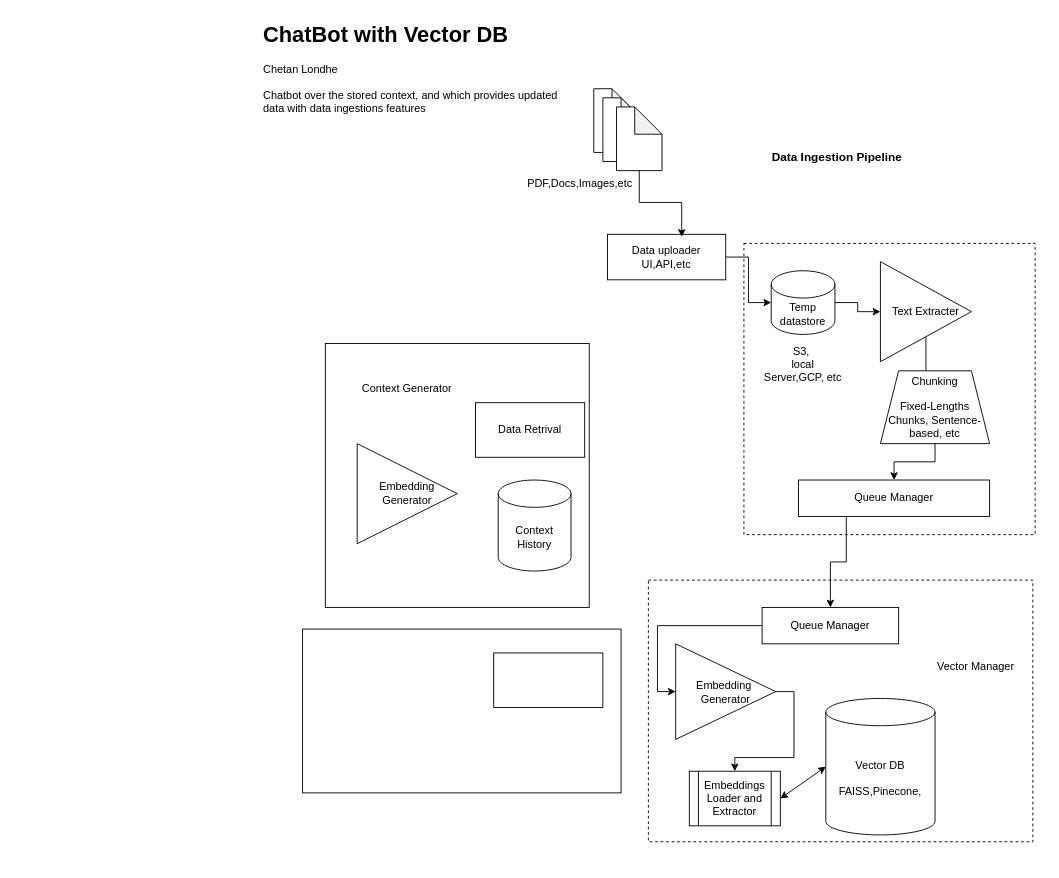
The draw.io diagram docs/chatbot with vector db.drawio in chetanlondhe1112/Symphony, before the edit. Source tidied: cells renumbered, new cells numbered last; positions are measured from the earlier drawing's top-left corner, leaving out a move shared by most shapes. Both pictures are drawn from the tidied source at 91%, with x=0, y=0 at pixel (261, 15). Pictures stored in the file or linked from it are replaced by grey dashed boxes.
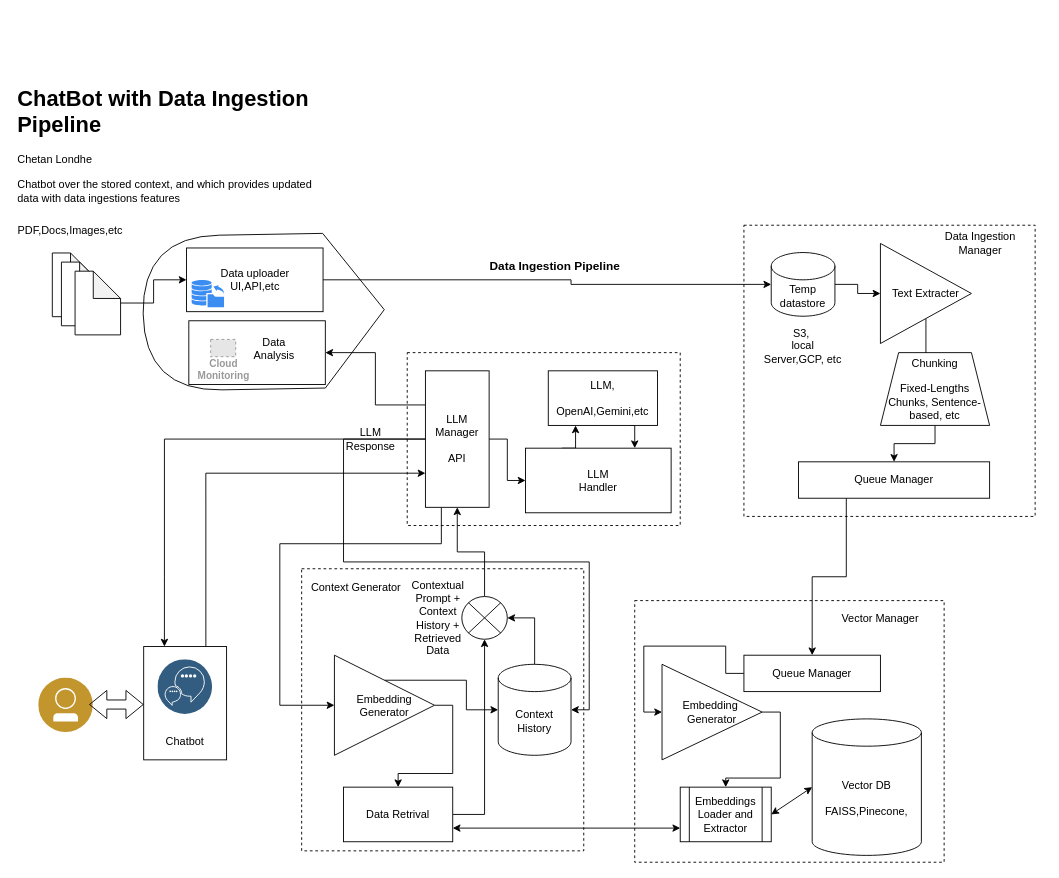
Above is the later version.

The edit, as a diff of the source:
```diff
@@
+    <mxCell id="38" style="shape=display;whiteSpace=wrap;html=1;rotation=-181;" parent="1" vertex="1">
+      <mxGeometry x="-130.2" y="240.1" width="265" height="170" as="geometry" />
+    </mxCell>
-    <mxCell id="2" value="&lt;h1 style=&quot;margin-top: 0px;&quot;&gt;&lt;span style=&quot;background-color: transparent; color: light-dark(rgb(0, 0, 0), rgb(255, 255, 255));&quot;&gt;ChatBot with Vector DB&lt;/span&gt;&lt;/h1&gt;&lt;div&gt;&lt;span style=&quot;background-color: transparent; color: light-dark(rgb(0, 0, 0), rgb(255, 255, 255));&quot;&gt;Chetan Londhe&amp;nbsp;&lt;/span&gt;&lt;/div&gt;&lt;div&gt;&lt;span style=&quot;background-color: transparent; color: light-dark(rgb(0, 0, 0), rgb(255, 255, 255));&quot;&gt;&lt;br&gt;&lt;/span&gt;&lt;/div&gt;&lt;div&gt;Chatbot over the stored context, and which provides updated data with data ingestions features&lt;/div&gt;" style="text;html=1;whiteSpace=wrap;overflow=hidden;rounded=0;" parent="1" vertex="1">
-      <mxGeometry width="340" height="140" as="geometry" />
+    <mxCell id="2" value="&lt;h1 style=&quot;margin-top: 0px;&quot;&gt;&lt;span style=&quot;background-color: transparent; color: light-dark(rgb(0, 0, 0), rgb(255, 255, 255));&quot;&gt;ChatBot with Data Ingestion Pipeline&lt;/span&gt;&lt;/h1&gt;&lt;div&gt;&lt;span style=&quot;background-color: transparent; color: light-dark(rgb(0, 0, 0), rgb(255, 255, 255));&quot;&gt;Chetan Londhe&amp;nbsp;&lt;/span&gt;&lt;/div&gt;&lt;div&gt;&lt;span style=&quot;background-color: transparent; color: light-dark(rgb(0, 0, 0), rgb(255, 255, 255));&quot;&gt;&lt;br&gt;&lt;/span&gt;&lt;/div&gt;&lt;div&gt;Chatbot over the stored context, and which provides updated data with data ingestions features&lt;/div&gt;" style="text;html=1;whiteSpace=wrap;overflow=hidden;rounded=0;" parent="1" vertex="1">
+      <mxGeometry x="-270" y="70" width="340" height="140" as="geometry" />
     </mxCell>
     <mxCell id="3" style="rounded=0;whiteSpace=wrap;html=1;gradientColor=none;dashed=1;" parent="1" vertex="1">
-      <mxGeometry x="530" y="250" width="320" height="320" as="geometry" />
+      <mxGeometry x="530" y="230" width="320" height="320" as="geometry" />
     </mxCell>
     <mxCell id="4" value="&lt;b&gt;&lt;font style=&quot;font-size: 13px;&quot;&gt;Data Ingestion Pipeline&lt;/font&gt;&lt;/b&gt;" style="text;html=1;align=center;verticalAlign=middle;whiteSpace=wrap;rounded=0;" parent="1" vertex="1">
-      <mxGeometry x="495" y="140" width="275" height="30" as="geometry" />
+      <mxGeometry x="185" y="260" width="275" height="30" as="geometry" />
     </mxCell>
     <mxCell id="5" style="shape=note;whiteSpace=wrap;html=1;backgroundOutline=1;darkOpacity=0.05;" parent="1" vertex="1">
-      <mxGeometry x="365" y="80" width="50" height="70" as="geometry" />
+      <mxGeometry x="-230" y="260.5" width="50" height="70" as="geometry" />
     </mxCell>
     <mxCell id="6" style="shape=note;whiteSpace=wrap;html=1;backgroundOutline=1;darkOpacity=0.05;" parent="1" vertex="1">
-      <mxGeometry x="375" y="90" width="50" height="70" as="geometry" />
+      <mxGeometry x="-220" y="270.5" width="50" height="70" as="geometry" />
     </mxCell>
     <mxCell id="7" style="shape=note;whiteSpace=wrap;html=1;backgroundOutline=1;darkOpacity=0.05;" parent="1" vertex="1">
-      <mxGeometry x="390" y="100" width="50" height="70" as="geometry" />
+      <mxGeometry x="-205" y="280.5" width="50" height="70" as="geometry" />
     </mxCell>
@@
     <mxCell id="9" value="Temp datastore" style="shape=cylinder3;whiteSpace=wrap;html=1;boundedLbl=1;backgroundOutline=1;size=15;" parent="1" vertex="1">
-      <mxGeometry x="560" y="280" width="70" height="70" as="geometry" />
+      <mxGeometry x="560" y="260" width="70" height="70" as="geometry" />
     </mxCell>
     <mxCell id="10" value="S3,&amp;nbsp;&lt;div&gt;local Server,GCP, etc&lt;/div&gt;&lt;div&gt;&lt;br&gt;&lt;/div&gt;" style="text;html=1;align=center;verticalAlign=middle;whiteSpace=wrap;rounded=0;" parent="1" vertex="1">
-      <mxGeometry x="550" y="370" width="90" height="40" as="geometry" />
+      <mxGeometry x="550" y="350" width="90" height="40" as="geometry" />
     </mxCell>
     <mxCell id="11" style="edgeStyle=orthogonalEdgeStyle;rounded=0;jettySize=auto;html=1;" parent="1" edge="1" source="12" target="9">
-      <mxGeometry relative="1" as="geometry" />
+      <mxGeometry relative="1" as="geometry">
+        <Array as="points">
+          <mxPoint x="340" y="290" />
+          <mxPoint x="340" y="295" />
+        </Array>
+      </mxGeometry>
     </mxCell>
     <mxCell id="12" value="Data uploader&lt;div&gt;UI,API,etc&lt;/div&gt;" style="rounded=0;whiteSpace=wrap;html=1;" parent="1" vertex="1">
-      <mxGeometry x="380" y="240" width="130" height="50" as="geometry" />
+      <mxGeometry x="-82.5" y="255" width="150" height="70" as="geometry" />
     </mxCell>
     <mxCell id="13" value="PDF,Docs,Images,etc" style="text;html=1;align=center;verticalAlign=middle;whiteSpace=wrap;rounded=0;" parent="1" vertex="1">
-      <mxGeometry x="320" y="170" width="60" height="30" as="geometry" />
+      <mxGeometry x="-240" y="220.5" width="60" height="30" as="geometry" />
     </mxCell>
@@
     <mxCell id="15" value="Text Extracter" style="triangle;whiteSpace=wrap;html=1;" parent="1" vertex="1">
-      <mxGeometry x="680" y="270" width="100" height="110" as="geometry" />
+      <mxGeometry x="680" y="250" width="100" height="110" as="geometry" />
     </mxCell>
@@
     <mxCell id="17" value="Chunking&lt;div&gt;&lt;br&gt;&lt;div&gt;Fixed-Lengths Chunks, Sentence-based, etc&lt;/div&gt;&lt;/div&gt;" style="shape=trapezoid;perimeter=trapezoidPerimeter;whiteSpace=wrap;html=1;fixedSize=1;" parent="1" vertex="1">
-      <mxGeometry x="680" y="390" width="120" height="80" as="geometry" />
+      <mxGeometry x="680" y="370" width="120" height="80" as="geometry" />
     </mxCell>
-    <mxCell id="18" style="edgeStyle=orthogonalEdgeStyle;rounded=0;jettySize=auto;html=1;entryX=0.628;entryY=0.056;entryDx=0;entryDy=0;entryPerimeter=0;" parent="1" edge="1" source="7" target="12">
+    <mxCell id="18" style="edgeStyle=orthogonalEdgeStyle;rounded=0;jettySize=auto;html=1;entryX=0;entryY=0.5;entryDx=0;entryDy=0;" parent="1" edge="1" source="7" target="12">
       <mxGeometry relative="1" as="geometry" />
     </mxCell>
     <mxCell id="19" style="rounded=0;whiteSpace=wrap;html=1;dashed=1;" parent="1" vertex="1">
-      <mxGeometry x="425" y="620" width="422.5" height="287.5" as="geometry" />
+      <mxGeometry x="410" y="642.5" width="340" height="287.5" as="geometry" />
     </mxCell>
     <mxCell id="20" value="Vector Manager" style="text;html=1;align=center;verticalAlign=middle;whiteSpace=wrap;rounded=0;" parent="1" vertex="1">
-      <mxGeometry x="710" y="700" width="150" height="30" as="geometry" />
+      <mxGeometry x="605" y="647" width="150" height="30" as="geometry" />
     </mxCell>
     <mxCell id="21" value="Vector DB&lt;div&gt;&lt;br&gt;&lt;/div&gt;&lt;div&gt;FAISS,Pinecone,&lt;/div&gt;" style="shape=cylinder3;whiteSpace=wrap;html=1;boundedLbl=1;backgroundOutline=1;size=15;" parent="1" vertex="1">
-      <mxGeometry x="620" y="750" width="120" height="150" as="geometry" />
+      <mxGeometry x="605" y="772.5" width="120" height="150" as="geometry" />
     </mxCell>
@@
     <mxCell id="23" value="Queue Manager" style="rounded=0;whiteSpace=wrap;html=1;" parent="1" vertex="1">
-      <mxGeometry x="590" y="510" width="210" height="40" as="geometry" />
+      <mxGeometry x="590" y="490" width="210" height="40" as="geometry" />
     </mxCell>
@@
     <mxCell id="25" value="Queue Manager" style="rounded=0;whiteSpace=wrap;html=1;" parent="1" vertex="1">
-      <mxGeometry x="550" y="650" width="150" height="40" as="geometry" />
+      <mxGeometry x="530" y="702.5" width="150" height="40" as="geometry" />
     </mxCell>
@@
     <mxCell id="27" value="Embedding&amp;nbsp;&lt;div&gt;Generator&lt;/div&gt;" style="triangle;whiteSpace=wrap;html=1;" parent="1" vertex="1">
-      <mxGeometry x="455" y="690" width="110" height="105" as="geometry" />
+      <mxGeometry x="440" y="712.5" width="110" height="105" as="geometry" />
     </mxCell>
     <mxCell id="28" value="Embeddings Loader and Extractor" style="shape=process;whiteSpace=wrap;html=1;backgroundOutline=1;" parent="1" vertex="1">
-      <mxGeometry x="470" y="830" width="100" height="60" as="geometry" />
+      <mxGeometry x="460" y="847.5" width="100" height="60" as="geometry" />
     </mxCell>
@@
-    <mxCell id="31" style="whiteSpace=wrap;html=1;" parent="1" vertex="1">
-      <mxGeometry x="70" y="360" width="290" height="290" as="geometry" />
+    <mxCell id="31" style="whiteSpace=wrap;html=1;dashed=1;" parent="1" vertex="1">
+      <mxGeometry x="44" y="607.5" width="310" height="310" as="geometry" />
     </mxCell>
+    <mxCell id="39" style="edgeStyle=orthogonalEdgeStyle;rounded=0;jettySize=auto;html=1;" parent="1" edge="1" source="32" target="56">
+      <mxGeometry relative="1" as="geometry" />
+    </mxCell>
     <mxCell id="32" value="Data Retrival" style="rounded=0;whiteSpace=wrap;html=1;" parent="1" vertex="1">
-      <mxGeometry x="235" y="425" width="120" height="60" as="geometry" />
+      <mxGeometry x="90" y="847.5" width="120" height="60" as="geometry" />
     </mxCell>
-    <mxCell id="33" style="rounded=0;whiteSpace=wrap;html=1;" parent="1" vertex="1">
-      <mxGeometry x="45" y="673.8" width="350" height="180" as="geometry" />
+    <mxCell id="33" style="rounded=0;whiteSpace=wrap;html=1;dashed=1;" parent="1" vertex="1">
+      <mxGeometry x="160" y="370" width="300" height="190" as="geometry" />
     </mxCell>
+    <mxCell id="40" style="edgeStyle=orthogonalEdgeStyle;rounded=0;jettySize=auto;html=1;exitX=1;exitY=0.5;exitDx=0;exitDy=0;entryX=0.5;entryY=0;entryDx=0;entryDy=0;" parent="1" edge="1" source="34" target="32">
+      <mxGeometry relative="1" as="geometry" />
+    </mxCell>
+    <mxCell id="41" style="edgeStyle=orthogonalEdgeStyle;rounded=0;jettySize=auto;html=1;exitX=0.5;exitY=0;exitDx=0;exitDy=0;" parent="1" edge="1" source="34" target="35">
+      <mxGeometry relative="1" as="geometry" />
+    </mxCell>
+    <mxCell id="35" value="Context History" style="shape=cylinder3;whiteSpace=wrap;html=1;boundedLbl=1;backgroundOutline=1;size=15;" parent="1" vertex="1">
+      <mxGeometry x="260" y="712.5" width="80" height="100" as="geometry" />
+    </mxCell>
     <mxCell id="34" value="Embedding Generator" style="triangle;whiteSpace=wrap;html=1;rotation=0;" parent="1" vertex="1">
-      <mxGeometry x="105" y="470" width="110" height="110" as="geometry" />
+      <mxGeometry x="80" y="702.5" width="110" height="110" as="geometry" />
     </mxCell>
-    <mxCell id="35" value="Context History" style="shape=cylinder3;whiteSpace=wrap;html=1;boundedLbl=1;backgroundOutline=1;size=15;" parent="1" vertex="1">
-      <mxGeometry x="260" y="510" width="80" height="100" as="geometry" />
-    </mxCell>
     <mxCell id="36" value="Context Generator" style="text;html=1;align=center;verticalAlign=middle;whiteSpace=wrap;rounded=0;" parent="1" vertex="1">
-      <mxGeometry x="100" y="395" width="120" height="30" as="geometry" />
+      <mxGeometry x="44" y="612.5" width="120" height="30" as="geometry" />
     </mxCell>
+    <mxCell id="42" style="edgeStyle=orthogonalEdgeStyle;rounded=0;jettySize=auto;html=1;exitX=0.25;exitY=0;exitDx=0;exitDy=0;entryX=0.25;entryY=1;entryDx=0;entryDy=0;" parent="1" edge="1" source="37" target="50">
+      <mxGeometry relative="1" as="geometry" />
+    </mxCell>
     <mxCell id="37" style="rounded=0;whiteSpace=wrap;html=1;" parent="1" vertex="1">
-      <mxGeometry x="255" y="700" width="120" height="60" as="geometry" />
+      <mxGeometry x="290" y="475" width="160" height="71" as="geometry" />
     </mxCell>
+    <mxCell id="43" style="edgeStyle=orthogonalEdgeStyle;rounded=0;jettySize=auto;html=1;exitX=0;exitY=0.25;exitDx=0;exitDy=0;entryX=1;entryY=0.5;entryDx=0;entryDy=0;" parent="1" edge="1" source="47" target="52">
+      <mxGeometry relative="1" as="geometry" />
+    </mxCell>
+    <mxCell id="44" style="edgeStyle=orthogonalEdgeStyle;rounded=0;jettySize=auto;html=1;exitX=1;exitY=0.5;exitDx=0;exitDy=0;entryX=0;entryY=0.5;entryDx=0;entryDy=0;" parent="1" edge="1" source="47" target="37">
+      <mxGeometry relative="1" as="geometry" />
+    </mxCell>
+    <mxCell id="45" style="edgeStyle=orthogonalEdgeStyle;rounded=0;jettySize=auto;html=1;exitX=0.25;exitY=1;exitDx=0;exitDy=0;entryX=0;entryY=0.5;entryDx=0;entryDy=0;" parent="1" edge="1" source="47" target="34">
+      <mxGeometry relative="1" as="geometry">
+        <Array as="points">
+          <mxPoint x="198" y="580" />
+          <mxPoint x="20" y="580" />
+          <mxPoint x="20" y="757" />
+        </Array>
+      </mxGeometry>
+    </mxCell>
+    <mxCell id="46" style="edgeStyle=orthogonalEdgeStyle;rounded=0;jettySize=auto;html=1;exitX=0;exitY=0.5;exitDx=0;exitDy=0;entryX=0.25;entryY=0;entryDx=0;entryDy=0;" parent="1" edge="1" source="47" target="61">
+      <mxGeometry relative="1" as="geometry" />
+    </mxCell>
+    <mxCell id="47" value="LLM Manager&lt;div&gt;&lt;br&gt;&lt;/div&gt;&lt;div&gt;API&lt;/div&gt;" style="rounded=0;whiteSpace=wrap;html=1;" parent="1" vertex="1">
+      <mxGeometry x="180" y="390" width="70" height="150" as="geometry" />
+    </mxCell>
+    <mxCell id="48" value="LLM Handler" style="text;html=1;align=center;verticalAlign=middle;whiteSpace=wrap;rounded=0;" parent="1" vertex="1">
+      <mxGeometry x="340" y="495.5" width="60" height="30" as="geometry" />
+    </mxCell>
+    <mxCell id="49" style="edgeStyle=orthogonalEdgeStyle;rounded=0;jettySize=auto;html=1;exitX=0.75;exitY=1;exitDx=0;exitDy=0;entryX=0.75;entryY=0;entryDx=0;entryDy=0;" parent="1" edge="1" source="50" target="37">
+      <mxGeometry relative="1" as="geometry" />
+    </mxCell>
+    <mxCell id="50" value="LLM,&lt;div&gt;&lt;br&gt;&lt;/div&gt;&lt;div&gt;OpenAI,Gemini,etc&lt;/div&gt;" style="rounded=0;whiteSpace=wrap;html=1;" parent="1" vertex="1">
+      <mxGeometry x="315" y="390" width="120" height="60" as="geometry" />
+    </mxCell>
+    <mxCell id="51" style="sketch=0;html=1;strokeColor=none;shadow=0;fillColor=#3B8DF1;verticalAlign=top;labelPosition=center;verticalLabelPosition=bottom;shape=mxgraph.gcp2.database_uploading;" parent="1" vertex="1">
+      <mxGeometry x="-76.9" y="290" width="35.7" height="30" as="geometry" />
+    </mxCell>
+    <mxCell id="52" style="rounded=0;whiteSpace=wrap;html=1;" parent="1" vertex="1">
+      <mxGeometry x="-80" y="335" width="150" height="70" as="geometry" />
+    </mxCell>
+    <mxCell id="53" value="Cloud&#10;Monitoring" style="fillColor=#E6E6E6;strokeColor=#999999;dashed=1;html=1;verticalAlign=top;labelPosition=center;verticalLabelPosition=bottom;align=center;spacingTop=-6;fontSize=11;fontStyle=1;fontColor=#999999;" parent="1" vertex="1">
+      <mxGeometry x="-56" y="355.5" width="27.5" height="19" as="geometry" />
+    </mxCell>
+    <mxCell id="54" value="Data Analysis" style="text;html=1;align=center;verticalAlign=middle;whiteSpace=wrap;rounded=0;" parent="1" vertex="1">
+      <mxGeometry x="-16" y="350.5" width="60" height="30" as="geometry" />
+    </mxCell>
+    <mxCell id="55" style="edgeStyle=orthogonalEdgeStyle;rounded=0;jettySize=auto;html=1;entryX=0.5;entryY=1;entryDx=0;entryDy=0;" parent="1" edge="1" source="56" target="47">
+      <mxGeometry relative="1" as="geometry" />
+    </mxCell>
+    <mxCell id="56" style="verticalLabelPosition=bottom;verticalAlign=top;html=1;shape=mxgraph.flowchart.or;" parent="1" vertex="1">
+      <mxGeometry x="220" y="638" width="50" height="47" as="geometry" />
+    </mxCell>
+    <mxCell id="57" style="edgeStyle=orthogonalEdgeStyle;rounded=0;jettySize=auto;html=1;entryX=1;entryY=0.5;entryDx=0;entryDy=0;entryPerimeter=0;" parent="1" edge="1" source="35" target="56">
+      <mxGeometry relative="1" as="geometry" />
+    </mxCell>
+    <mxCell id="58" style="image;perimeter=ellipsePerimeter;html=1;align=center;shadow=0;dashed=0;fontColor=#4277BB;labelBackgroundColor=default;fontSize=12;spacingTop=3;image=img/lib/ibm/users/user.svg;" parent="1" vertex="1">
+      <mxGeometry x="-245" y="727.5" width="60" height="60" as="geometry" />
+    </mxCell>
+    <mxCell id="59" style="endArrow=classic;startArrow=classic;html=1;rounded=0;entryX=0;entryY=0.75;entryDx=0;entryDy=0;exitX=1;exitY=0.75;exitDx=0;exitDy=0;" parent="1" edge="1" source="32" target="28">
+      <mxGeometry relative="1" as="geometry" />
+    </mxCell>
+    <mxCell id="60" style="edgeStyle=orthogonalEdgeStyle;rounded=0;jettySize=auto;html=1;exitX=0.75;exitY=0;exitDx=0;exitDy=0;entryX=0;entryY=0.75;entryDx=0;entryDy=0;" parent="1" edge="1" source="61" target="47">
+      <mxGeometry relative="1" as="geometry" />
+    </mxCell>
+    <mxCell id="61" style="rounded=0;whiteSpace=wrap;html=1;" parent="1" vertex="1">
+      <mxGeometry x="-129.6" y="693" width="91.1" height="124.5" as="geometry" />
+    </mxCell>
+    <mxCell id="62" style="image;perimeter=ellipsePerimeter;html=1;align=center;shadow=0;dashed=0;fontColor=#4277BB;labelBackgroundColor=default;fontSize=12;spacingTop=3;image=img/lib/ibm/data/conversation_trained_deployed.svg;" parent="1" vertex="1">
+      <mxGeometry x="-114" y="707.5" width="60" height="60" as="geometry" />
+    </mxCell>
+    <mxCell id="63" value="Chatbot" style="text;html=1;align=center;verticalAlign=middle;whiteSpace=wrap;rounded=0;" parent="1" vertex="1">
+      <mxGeometry x="-114" y="783" width="60" height="30" as="geometry" />
+    </mxCell>
+    <mxCell id="64" style="shape=flexArrow;endArrow=classic;startArrow=classic;html=1;rounded=0;" parent="1" edge="1">
+      <mxGeometry relative="1" as="geometry">
+        <mxPoint x="-189.6" y="756.7" as="sourcePoint" />
+        <mxPoint x="-129.6" y="756.7" as="targetPoint" />
+      </mxGeometry>
+    </mxCell>
+    <mxCell id="65" style="edgeStyle=orthogonalEdgeStyle;rounded=0;jettySize=auto;html=1;exitX=0;exitY=0.5;exitDx=0;exitDy=0;entryX=1;entryY=0.5;entryDx=0;entryDy=0;entryPerimeter=0;" parent="1" edge="1" source="47" target="35">
+      <mxGeometry relative="1" as="geometry">
+        <Array as="points">
+          <mxPoint x="90" y="465" />
+          <mxPoint x="90" y="600" />
+          <mxPoint x="360" y="600" />
+          <mxPoint x="360" y="763" />
+        </Array>
+      </mxGeometry>
+    </mxCell>
+    <mxCell id="66" value="LLM Response" style="text;html=1;align=center;verticalAlign=middle;whiteSpace=wrap;rounded=0;" parent="1" vertex="1">
+      <mxGeometry x="90" y="450" width="60" height="30" as="geometry" />
+    </mxCell>
+    <mxCell id="67" value="Contextual Prompt + Context History + Retrieved Data" style="text;html=1;align=center;verticalAlign=middle;whiteSpace=wrap;rounded=0;" parent="1" vertex="1">
+      <mxGeometry x="164" y="647" width="60" height="30" as="geometry" />
+    </mxCell>
+    <mxCell id="68" value="Data Ingestion Manager" style="text;html=1;align=center;verticalAlign=middle;whiteSpace=wrap;rounded=0;" parent="1" vertex="1">
+      <mxGeometry x="740" y="240" width="100" height="20" as="geometry" />
+    </mxCell>
```
